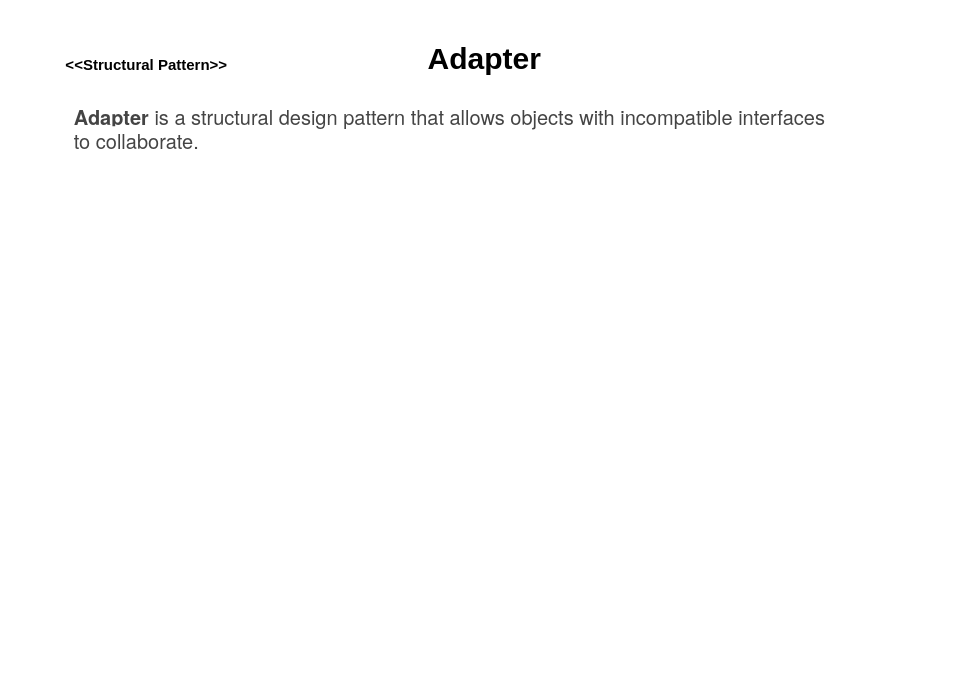
Earlier version of the draw.io diagram Structural - Adapter.drawio (yalankar/yalankar). Source tidied: cells renumbered, new cells numbered last; positions are measured from the earlier drawing's top-left corner, leaving out a move shared by most shapes. Both pictures are drawn from the tidied source at 125%, with x=0, y=0 at pixel (21, 34).
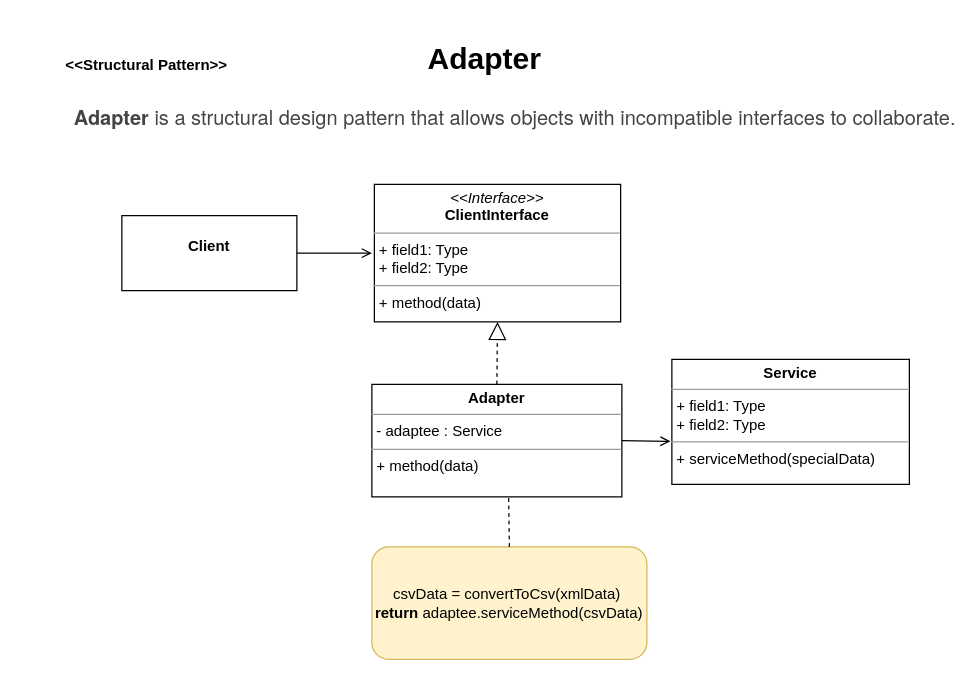
Above is the later version.

The edit, as a diff of the source:
```diff
@@
 <mxGraphModel>
   <root>
     <mxCell id="0" />
     <mxCell id="1" parent="0" />
     <mxCell id="2" value="&lt;b&gt;&amp;lt;&amp;lt;Structural Pattern&amp;gt;&amp;gt;&lt;/b&gt;" style="text;html=1;strokeColor=none;fillColor=none;align=center;verticalAlign=middle;whiteSpace=wrap;rounded=0;" parent="1" vertex="1">
       <mxGeometry y="10" width="200" height="30" as="geometry" />
     </mxCell>
     <mxCell id="3" value="&lt;h1&gt;Adapter&lt;/h1&gt;" style="text;html=1;strokeColor=none;fillColor=none;spacing=5;spacingTop=-20;whiteSpace=wrap;overflow=hidden;rounded=0;" parent="1" vertex="1">
       <mxGeometry x="320" width="110" height="40" as="geometry" />
     </mxCell>
     <mxCell id="4" value="&lt;strong style=&quot;box-sizing: border-box; font-weight: bolder; color: rgb(68, 68, 68); font-family: &amp;quot;PT Sans&amp;quot;, &amp;quot;Helvetica Neue&amp;quot;, Arial, sans-serif; font-size: 16px; font-style: normal; font-variant-ligatures: normal; font-variant-caps: normal; letter-spacing: normal; orphans: 2; text-align: left; text-indent: 0px; text-transform: none; widows: 2; word-spacing: 0px; -webkit-text-stroke-width: 0px; background-color: rgb(255, 255, 255); text-decoration-thickness: initial; text-decoration-style: initial; text-decoration-color: initial;&quot;&gt;Adapter&lt;/strong&gt;&lt;span style=&quot;color: rgb(68, 68, 68); font-family: &amp;quot;PT Sans&amp;quot;, &amp;quot;Helvetica Neue&amp;quot;, Arial, sans-serif; font-size: 16px; font-style: normal; font-variant-ligatures: normal; font-variant-caps: normal; font-weight: 400; letter-spacing: normal; orphans: 2; text-align: left; text-indent: 0px; text-transform: none; widows: 2; word-spacing: 0px; -webkit-text-stroke-width: 0px; background-color: rgb(255, 255, 255); text-decoration-thickness: initial; text-decoration-style: initial; text-decoration-color: initial; float: none; display: inline !important;&quot;&gt;&lt;span&gt;&amp;nbsp;&lt;/span&gt;is a structural design pattern that allows objects with incompatible interfaces to&amp;nbsp;collaborate.&lt;/span&gt;" style="text;whiteSpace=wrap;html=1;" parent="1" vertex="1">
-      <mxGeometry x="40" y="50" width="610" height="60" as="geometry" />
+      <mxGeometry x="40" y="50" width="710" height="40" as="geometry" />
     </mxCell>
+    <mxCell id="5" style="edgeStyle=orthogonalEdgeStyle;rounded=0;jettySize=auto;html=1;endArrow=open;endFill=0;" parent="1" edge="1" source="6">
+      <mxGeometry relative="1" as="geometry">
+        <mxPoint x="280" y="175" as="targetPoint" />
+      </mxGeometry>
+    </mxCell>
+    <mxCell id="6" value="&lt;p style=&quot;margin:0px;margin-top:4px;text-align:center;&quot;&gt;&lt;br&gt;&lt;b&gt;Client&lt;/b&gt;&lt;/p&gt;" style="verticalAlign=top;align=left;overflow=fill;fontSize=12;fontFamily=Helvetica;html=1;" parent="1" vertex="1">
+      <mxGeometry x="80" y="145" width="140" height="60" as="geometry" />
+    </mxCell>
+    <mxCell id="7" value="&lt;p style=&quot;margin:0px;margin-top:4px;text-align:center;&quot;&gt;&lt;b&gt;Adapter&lt;/b&gt;&lt;/p&gt;&lt;hr size=&quot;1&quot;&gt;&lt;p style=&quot;margin:0px;margin-left:4px;&quot;&gt;- adaptee : Service&lt;/p&gt;&lt;hr size=&quot;1&quot;&gt;&lt;p style=&quot;margin:0px;margin-left:4px;&quot;&gt;+ method(data)&lt;/p&gt;" style="verticalAlign=top;align=left;overflow=fill;fontSize=12;fontFamily=Helvetica;html=1;" parent="1" vertex="1">
+      <mxGeometry x="280" y="280" width="200" height="90" as="geometry" />
+    </mxCell>
+    <mxCell id="8" value="&lt;p style=&quot;margin:0px;margin-top:4px;text-align:center;&quot;&gt;&lt;i&gt;&amp;lt;&amp;lt;Interface&amp;gt;&amp;gt;&lt;/i&gt;&lt;br&gt;&lt;b&gt;ClientInterface&lt;/b&gt;&lt;/p&gt;&lt;hr size=&quot;1&quot;&gt;&lt;p style=&quot;margin:0px;margin-left:4px;&quot;&gt;+ field1: Type&lt;br&gt;+ field2: Type&lt;/p&gt;&lt;hr size=&quot;1&quot;&gt;&lt;p style=&quot;margin:0px;margin-left:4px;&quot;&gt;+ method(data)&lt;br&gt;&lt;/p&gt;" style="verticalAlign=top;align=left;overflow=fill;fontSize=12;fontFamily=Helvetica;html=1;" parent="1" vertex="1">
+      <mxGeometry x="282" y="120" width="197" height="110" as="geometry" />
+    </mxCell>
+    <mxCell id="9" value="csvData = convertToCsv(xmlData)&amp;nbsp;&lt;br&gt;&lt;b&gt;return&lt;/b&gt; adaptee.serviceMethod(csvData)" style="text;html=1;strokeColor=#d6b656;fillColor=#fff2cc;align=center;verticalAlign=middle;whiteSpace=wrap;rounded=1;" parent="1" vertex="1">
+      <mxGeometry x="280" y="410" width="220" height="90" as="geometry" />
+    </mxCell>
+    <mxCell id="10" value="&lt;p style=&quot;margin:0px;margin-top:4px;text-align:center;&quot;&gt;&lt;b style=&quot;&quot;&gt;Service&lt;/b&gt;&lt;/p&gt;&lt;hr size=&quot;1&quot;&gt;&lt;p style=&quot;margin:0px;margin-left:4px;&quot;&gt;+ field1: Type&lt;br&gt;+ field2: Type&lt;/p&gt;&lt;hr size=&quot;1&quot;&gt;&lt;p style=&quot;margin:0px;margin-left:4px;&quot;&gt;+ serviceMethod(specialData)&lt;br&gt;&lt;br&gt;&lt;/p&gt;" style="verticalAlign=top;align=left;overflow=fill;fontSize=12;fontFamily=Helvetica;html=1;rounded=0;strokeColor=default;" parent="1" vertex="1">
+      <mxGeometry x="520" y="260" width="190" height="100" as="geometry" />
+    </mxCell>
+    <mxCell id="11" style="endArrow=none;dashed=1;html=1;rounded=0;entryX=0.547;entryY=0.993;entryDx=0;entryDy=0;entryPerimeter=0;exitX=0.5;exitY=0;exitDx=0;exitDy=0;" parent="1" edge="1" source="9" target="7">
+      <mxGeometry relative="1" as="geometry" />
+    </mxCell>
+    <mxCell id="12" style="endArrow=open;html=1;rounded=0;exitX=1;exitY=0.5;exitDx=0;exitDy=0;entryX=-0.006;entryY=0.656;entryDx=0;entryDy=0;entryPerimeter=0;endFill=0;" parent="1" edge="1" source="7" target="10">
+      <mxGeometry relative="1" as="geometry" />
+    </mxCell>
+    <mxCell id="13" style="endArrow=block;dashed=1;endFill=0;endSize=12;html=1;rounded=0;entryX=0.5;entryY=1;entryDx=0;entryDy=0;" parent="1" edge="1" target="8">
+      <mxGeometry relative="1" as="geometry">
+        <mxPoint x="380" y="280" as="sourcePoint" />
+      </mxGeometry>
+    </mxCell>
   </root>
 </mxGraphModel>
```
